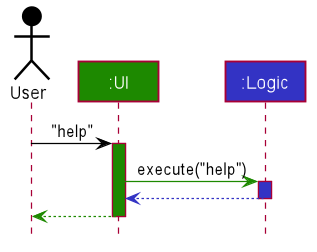
Above: images/HelpSequenceDiagram.png in AY1920S2-CS2103T-F11-1/main (PlantUML), before the change.
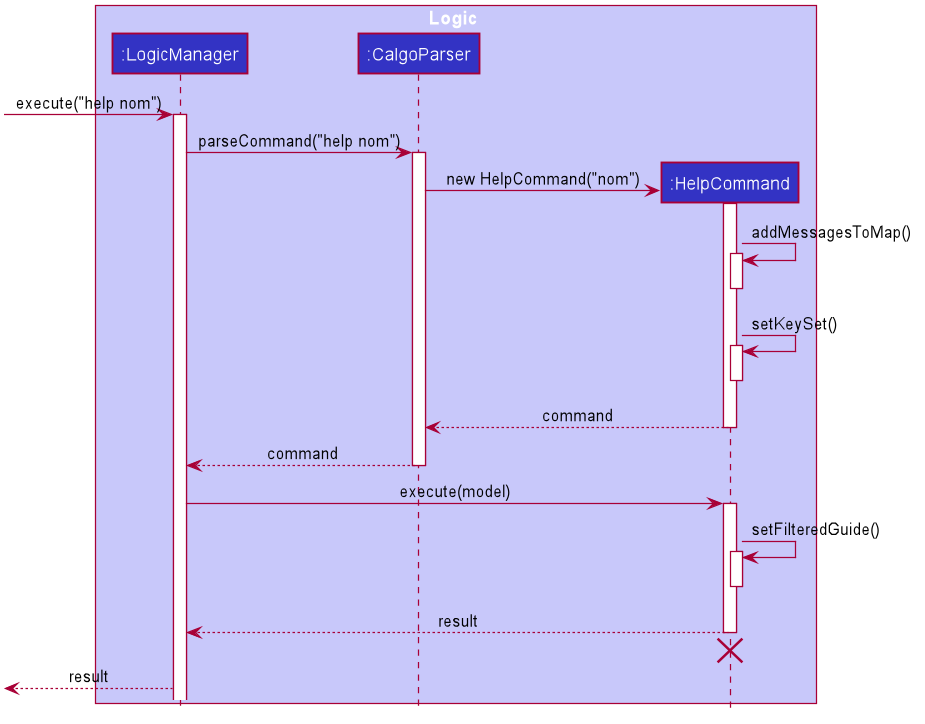
The same file after the commit.

Change to the diagram source:
```diff
@@ -1,4 +1,5 @@
 @startuml
+
 
 
 
@@ -48,19 +49,49 @@
 hide members
 hide circle
 
-Actor User as user #000000
-Participant ":UI" as ui #1D8900
-Participant ":Logic" as logic #3333C4
+box Logic #C8C8FA
+participant ":LogicManager" as LogicManager #3333C4
+participant ":CalgoParser" as CalgoParser #3333C4
+participant ":HelpCommand" as HelpCommand #3333C4
+end box
 
-user -[#000000]> ui : "help"
-activate ui #1D8900
+[-> LogicManager : execute("help nom")
+activate LogicManager
 
-ui -[#1D8900]> logic : execute("help")
-activate logic #3333C4
+LogicManager -> CalgoParser : parseCommand("help nom")
+activate CalgoParser
 
-logic --[#3333C4]> ui
-deactivate logic
+create HelpCommand
+CalgoParser -> HelpCommand : new HelpCommand("nom")
+activate HelpCommand
 
-ui--[#1D8900]> user
-deactivate ui
+HelpCommand -> HelpCommand : addMessagesToMap()
+activate HelpCommand
+deactivate HelpCommand
+
+HelpCommand -> HelpCommand : setKeySet()
+activate HelpCommand
+deactivate HelpCommand
+
+HelpCommand --> CalgoParser : command
+deactivate HelpCommand
+
+CalgoParser --> LogicManager : command
+deactivate CalgoParser
+
+LogicManager -> HelpCommand : execute(model)
+activate HelpCommand
+
+HelpCommand -> HelpCommand : setFilteredGuide()
+activate HelpCommand
+deactivate HelpCommand
+
+HelpCommand --> LogicManager : result
+deactivate HelpCommand
+
+HelpCommand -[hidden]-> CalgoParser
+destroy HelpCommand
+
+[<--LogicManager : result
+
 @enduml
```
